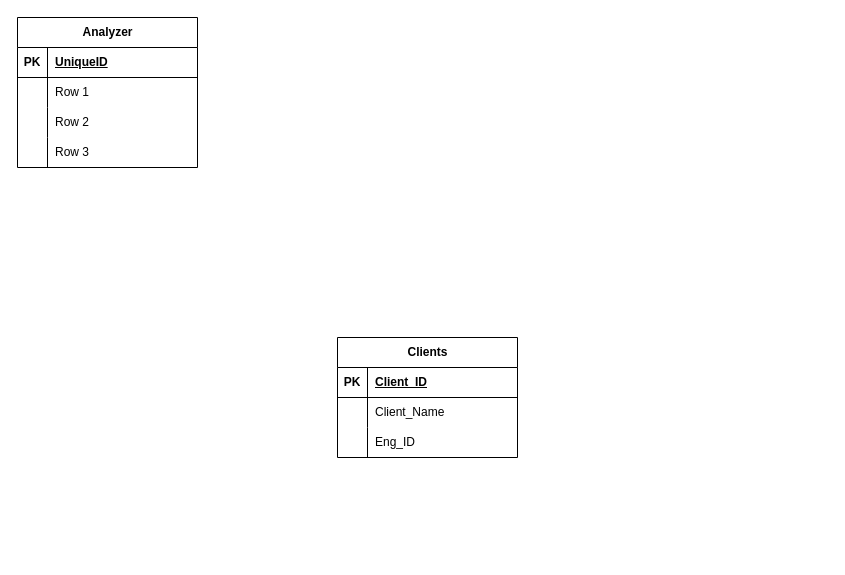
The draw.io diagram Diagrama sin título.drawio in SultanRS/Client-Budget, before the edit. Source tidied: cells renumbered, new cells numbered last; positions are measured from the earlier drawing's top-left corner, leaving out a move shared by most shapes. Both pictures are drawn from the tidied source at 100%, with x=0, y=0 at pixel (17, 17).
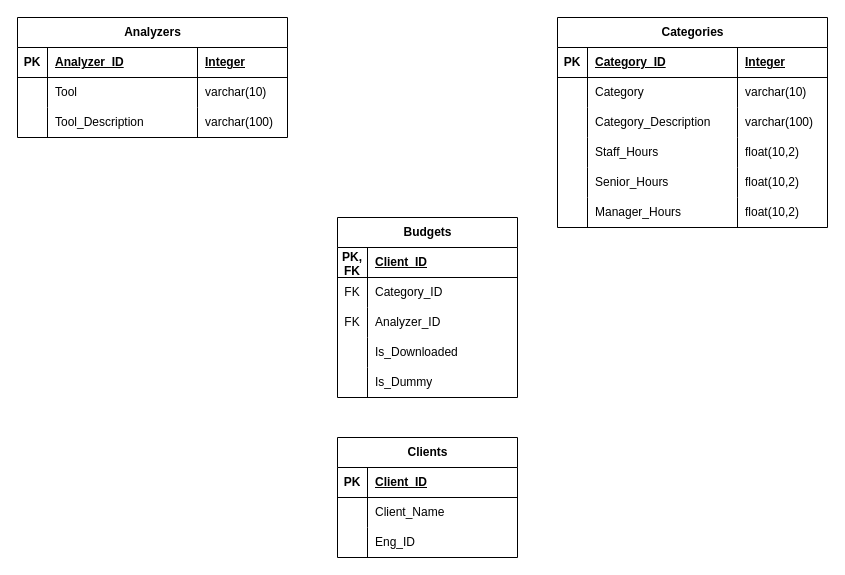
After the change.

Diff of the diagram source:
```diff
@@
     <mxCell id="2" value="Clients" style="shape=table;startSize=30;childLayout=tableLayout;rowLines=0;fontStyle=1;align=center;html=1;" parent="1" vertex="1">
-      <mxGeometry x="320" y="320" width="180" height="120" as="geometry" />
+      <mxGeometry x="320" y="420" width="180" height="120" as="geometry" />
     </mxCell>
@@
-    <mxCell id="12" value="Analyzer" style="shape=table;startSize=30;childLayout=tableLayout;rowLines=0;fontStyle=1;align=center;html=1;" parent="1" vertex="1">
-      <mxGeometry width="180" height="150" as="geometry" />
+    <mxCell id="12" value="Analyzers" style="shape=table;startSize=30;childLayout=tableLayout;rowLines=0;fontStyle=1;align=center;html=1;" parent="1" vertex="1">
+      <mxGeometry width="270" height="120" as="geometry" />
     </mxCell>
     <mxCell id="13" style="shape=tableRow;horizontal=0;startSize=0;swimlaneHead=0;swimlaneBody=0;fillColor=none;top=0;left=0;right=0;bottom=1;" parent="12" vertex="1">
-      <mxGeometry y="30" width="180" height="30" as="geometry" />
+      <mxGeometry y="30" width="270" height="30" as="geometry" />
     </mxCell>
@@
-    <mxCell id="15" value="UniqueID" style="shape=partialRectangle;fillColor=none;top=0;left=0;bottom=0;right=0;align=left;spacingLeft=6;fontStyle=5;overflow=hidden;whiteSpace=wrap;html=1;" parent="13" vertex="1">
+    <mxCell id="15" value="Analyzer_ID" style="shape=partialRectangle;fillColor=none;top=0;left=0;bottom=0;right=0;align=left;spacingLeft=6;fontStyle=5;overflow=hidden;whiteSpace=wrap;html=1;" parent="13" vertex="1">
       <mxGeometry x="30" width="150" height="30" as="geometry" />
     </mxCell>
+    <mxCell id="25" value="Integer" style="shape=partialRectangle;fillColor=none;top=0;left=0;bottom=0;right=0;align=left;spacingLeft=6;fontStyle=5;overflow=hidden;whiteSpace=wrap;html=1;" parent="13" vertex="1">
+      <mxGeometry x="180" width="90" height="30" as="geometry" />
+    </mxCell>
     <mxCell id="16" style="shape=tableRow;horizontal=0;startSize=0;swimlaneHead=0;swimlaneBody=0;fillColor=none;top=0;left=0;right=0;bottom=0;" parent="12" vertex="1">
-      <mxGeometry y="60" width="180" height="30" as="geometry" />
+      <mxGeometry y="60" width="270" height="30" as="geometry" />
     </mxCell>
@@
-    <mxCell id="18" value="Row 1" style="shape=partialRectangle;fillColor=none;top=0;left=0;bottom=0;right=0;align=left;spacingLeft=6;overflow=hidden;whiteSpace=wrap;html=1;" parent="16" vertex="1">
+    <mxCell id="18" value="Tool" style="shape=partialRectangle;fillColor=none;top=0;left=0;bottom=0;right=0;align=left;spacingLeft=6;overflow=hidden;whiteSpace=wrap;html=1;" parent="16" vertex="1">
       <mxGeometry x="30" width="150" height="30" as="geometry" />
     </mxCell>
+    <mxCell id="26" value="varchar(10)" style="shape=partialRectangle;fillColor=none;top=0;left=0;bottom=0;right=0;align=left;spacingLeft=6;overflow=hidden;whiteSpace=wrap;html=1;" parent="16" vertex="1">
+      <mxGeometry x="180" width="90" height="30" as="geometry" />
+    </mxCell>
+    <mxCell id="27" style="shape=tableRow;horizontal=0;startSize=0;swimlaneHead=0;swimlaneBody=0;fillColor=none;top=0;left=0;right=0;bottom=0;" parent="12" vertex="1">
+      <mxGeometry y="90" width="270" height="30" as="geometry" />
+    </mxCell>
+    <mxCell id="28" style="shape=partialRectangle;fillColor=none;top=0;left=0;bottom=0;right=0;overflow=hidden;whiteSpace=wrap;html=1;" parent="27" vertex="1">
+      <mxGeometry width="30" height="30" as="geometry" />
+    </mxCell>
+    <mxCell id="29" value="Tool_Description" style="shape=partialRectangle;fillColor=none;top=0;left=0;bottom=0;right=0;align=left;spacingLeft=6;overflow=hidden;whiteSpace=wrap;html=1;" parent="27" vertex="1">
+      <mxGeometry x="30" width="150" height="30" as="geometry" />
+    </mxCell>
+    <mxCell id="30" value="varchar(100)" style="shape=partialRectangle;fillColor=none;top=0;left=0;bottom=0;right=0;align=left;spacingLeft=6;overflow=hidden;whiteSpace=wrap;html=1;" parent="27" vertex="1">
+      <mxGeometry x="180" width="90" height="30" as="geometry" />
+    </mxCell>
+    <mxCell id="31" value="Categories" style="shape=table;startSize=30;childLayout=tableLayout;rowLines=0;fontStyle=1;align=center;html=1;" parent="1" vertex="1">
+      <mxGeometry x="540" width="270" height="210" as="geometry" />
+    </mxCell>
+    <mxCell id="32" style="shape=tableRow;horizontal=0;startSize=0;swimlaneHead=0;swimlaneBody=0;fillColor=none;top=0;left=0;right=0;bottom=1;" parent="31" vertex="1">
+      <mxGeometry y="30" width="270" height="30" as="geometry" />
+    </mxCell>
+    <mxCell id="33" value="PK" style="shape=partialRectangle;fillColor=none;top=0;left=0;bottom=0;right=0;fontStyle=1;overflow=hidden;whiteSpace=wrap;html=1;" parent="32" vertex="1">
+      <mxGeometry width="30" height="30" as="geometry" />
+    </mxCell>
+    <mxCell id="34" value="Category_ID" style="shape=partialRectangle;fillColor=none;top=0;left=0;bottom=0;right=0;align=left;spacingLeft=6;fontStyle=5;overflow=hidden;whiteSpace=wrap;html=1;" parent="32" vertex="1">
+      <mxGeometry x="30" width="150" height="30" as="geometry" />
+    </mxCell>
+    <mxCell id="35" value="Integer" style="shape=partialRectangle;fillColor=none;top=0;left=0;bottom=0;right=0;align=left;spacingLeft=6;fontStyle=5;overflow=hidden;whiteSpace=wrap;html=1;" parent="32" vertex="1">
+      <mxGeometry x="180" width="90" height="30" as="geometry" />
+    </mxCell>
+    <mxCell id="36" style="shape=tableRow;horizontal=0;startSize=0;swimlaneHead=0;swimlaneBody=0;fillColor=none;top=0;left=0;right=0;bottom=0;" parent="31" vertex="1">
+      <mxGeometry y="60" width="270" height="30" as="geometry" />
+    </mxCell>
+    <mxCell id="37" style="shape=partialRectangle;fillColor=none;top=0;left=0;bottom=0;right=0;overflow=hidden;whiteSpace=wrap;html=1;" parent="36" vertex="1">
+      <mxGeometry width="30" height="30" as="geometry" />
+    </mxCell>
+    <mxCell id="38" value="Category" style="shape=partialRectangle;fillColor=none;top=0;left=0;bottom=0;right=0;align=left;spacingLeft=6;overflow=hidden;whiteSpace=wrap;html=1;" parent="36" vertex="1">
+      <mxGeometry x="30" width="150" height="30" as="geometry" />
+    </mxCell>
+    <mxCell id="39" value="varchar(10)" style="shape=partialRectangle;fillColor=none;top=0;left=0;bottom=0;right=0;align=left;spacingLeft=6;overflow=hidden;whiteSpace=wrap;html=1;" parent="36" vertex="1">
+      <mxGeometry x="180" width="90" height="30" as="geometry" />
+    </mxCell>
+    <mxCell id="40" style="shape=tableRow;horizontal=0;startSize=0;swimlaneHead=0;swimlaneBody=0;fillColor=none;top=0;left=0;right=0;bottom=0;" parent="31" vertex="1">
+      <mxGeometry y="90" width="270" height="30" as="geometry" />
+    </mxCell>
+    <mxCell id="41" style="shape=partialRectangle;fillColor=none;top=0;left=0;bottom=0;right=0;overflow=hidden;whiteSpace=wrap;html=1;" parent="40" vertex="1">
+      <mxGeometry width="30" height="30" as="geometry" />
+    </mxCell>
+    <mxCell id="42" value="Category_Description" style="shape=partialRectangle;fillColor=none;top=0;left=0;bottom=0;right=0;align=left;spacingLeft=6;overflow=hidden;whiteSpace=wrap;html=1;" parent="40" vertex="1">
+      <mxGeometry x="30" width="150" height="30" as="geometry" />
+    </mxCell>
+    <mxCell id="43" value="varchar(100)" style="shape=partialRectangle;fillColor=none;top=0;left=0;bottom=0;right=0;align=left;spacingLeft=6;overflow=hidden;whiteSpace=wrap;html=1;" parent="40" vertex="1">
+      <mxGeometry x="180" width="90" height="30" as="geometry" />
+    </mxCell>
+    <mxCell id="44" style="shape=tableRow;horizontal=0;startSize=0;swimlaneHead=0;swimlaneBody=0;fillColor=none;top=0;left=0;right=0;bottom=0;" parent="31" vertex="1">
+      <mxGeometry y="120" width="270" height="30" as="geometry" />
+    </mxCell>
+    <mxCell id="45" style="shape=partialRectangle;fillColor=none;top=0;left=0;bottom=0;right=0;overflow=hidden;whiteSpace=wrap;html=1;" parent="44" vertex="1">
+      <mxGeometry width="30" height="30" as="geometry" />
+    </mxCell>
+    <mxCell id="46" value="Staff_Hours" style="shape=partialRectangle;fillColor=none;top=0;left=0;bottom=0;right=0;align=left;spacingLeft=6;overflow=hidden;whiteSpace=wrap;html=1;" parent="44" vertex="1">
+      <mxGeometry x="30" width="150" height="30" as="geometry" />
+    </mxCell>
+    <mxCell id="47" value="float(10,2)" style="shape=partialRectangle;fillColor=none;top=0;left=0;bottom=0;right=0;align=left;spacingLeft=6;overflow=hidden;whiteSpace=wrap;html=1;" parent="44" vertex="1">
+      <mxGeometry x="180" width="90" height="30" as="geometry" />
+    </mxCell>
+    <mxCell id="48" style="shape=tableRow;horizontal=0;startSize=0;swimlaneHead=0;swimlaneBody=0;fillColor=none;top=0;left=0;right=0;bottom=0;" parent="31" vertex="1">
+      <mxGeometry y="150" width="270" height="30" as="geometry" />
+    </mxCell>
+    <mxCell id="49" style="shape=partialRectangle;fillColor=none;top=0;left=0;bottom=0;right=0;overflow=hidden;whiteSpace=wrap;html=1;" parent="48" vertex="1">
+      <mxGeometry width="30" height="30" as="geometry" />
+    </mxCell>
+    <mxCell id="50" value="Senior_Hours" style="shape=partialRectangle;fillColor=none;top=0;left=0;bottom=0;right=0;align=left;spacingLeft=6;overflow=hidden;whiteSpace=wrap;html=1;" parent="48" vertex="1">
+      <mxGeometry x="30" width="150" height="30" as="geometry" />
+    </mxCell>
+    <mxCell id="51" value="float(10,2)" style="shape=partialRectangle;fillColor=none;top=0;left=0;bottom=0;right=0;align=left;spacingLeft=6;overflow=hidden;whiteSpace=wrap;html=1;" parent="48" vertex="1">
+      <mxGeometry x="180" width="90" height="30" as="geometry" />
+    </mxCell>
+    <mxCell id="52" style="shape=tableRow;horizontal=0;startSize=0;swimlaneHead=0;swimlaneBody=0;fillColor=none;top=0;left=0;right=0;bottom=0;" parent="31" vertex="1">
+      <mxGeometry y="180" width="270" height="30" as="geometry" />
+    </mxCell>
+    <mxCell id="53" style="shape=partialRectangle;fillColor=none;top=0;left=0;bottom=0;right=0;overflow=hidden;whiteSpace=wrap;html=1;" parent="52" vertex="1">
+      <mxGeometry width="30" height="30" as="geometry" />
+    </mxCell>
+    <mxCell id="54" value="Manager_Hours" style="shape=partialRectangle;fillColor=none;top=0;left=0;bottom=0;right=0;align=left;spacingLeft=6;overflow=hidden;whiteSpace=wrap;html=1;" parent="52" vertex="1">
+      <mxGeometry x="30" width="150" height="30" as="geometry" />
+    </mxCell>
+    <mxCell id="55" value="float(10&lt;span style=&quot;background-color: initial;&quot;&gt;,2)&lt;/span&gt;" style="shape=partialRectangle;fillColor=none;top=0;left=0;bottom=0;right=0;align=left;spacingLeft=6;overflow=hidden;whiteSpace=wrap;html=1;" parent="52" vertex="1">
+      <mxGeometry x="180" width="90" height="30" as="geometry" />
+    </mxCell>
+    <mxCell id="56" value="Budgets" style="shape=table;startSize=30;childLayout=tableLayout;rowLines=0;fontStyle=1;align=center;html=1;" parent="1" vertex="1">
+      <mxGeometry x="320" y="200" width="180" height="180" as="geometry" />
+    </mxCell>
+    <mxCell id="57" style="shape=tableRow;horizontal=0;startSize=0;swimlaneHead=0;swimlaneBody=0;fillColor=none;top=0;left=0;right=0;bottom=1;" parent="56" vertex="1">
+      <mxGeometry y="30" width="180" height="30" as="geometry" />
+    </mxCell>
+    <mxCell id="58" value="PK, FK" style="shape=partialRectangle;fillColor=none;top=0;left=0;bottom=0;right=0;fontStyle=1;overflow=hidden;whiteSpace=wrap;html=1;" parent="57" vertex="1">
+      <mxGeometry width="30" height="30" as="geometry" />
+    </mxCell>
+    <mxCell id="59" value="Client_ID" style="shape=partialRectangle;fillColor=none;top=0;left=0;bottom=0;right=0;align=left;spacingLeft=6;fontStyle=5;overflow=hidden;whiteSpace=wrap;html=1;" parent="57" vertex="1">
+      <mxGeometry x="30" width="150" height="30" as="geometry" />
+    </mxCell>
+    <mxCell id="60" style="shape=tableRow;horizontal=0;startSize=0;swimlaneHead=0;swimlaneBody=0;fillColor=none;top=0;left=0;right=0;bottom=0;" parent="56" vertex="1">
+      <mxGeometry y="60" width="180" height="30" as="geometry" />
+    </mxCell>
+    <mxCell id="61" value="FK" style="shape=partialRectangle;fillColor=none;top=0;left=0;bottom=0;right=0;overflow=hidden;whiteSpace=wrap;html=1;" parent="60" vertex="1">
+      <mxGeometry width="30" height="30" as="geometry" />
+    </mxCell>
+    <mxCell id="62" value="Category_ID" style="shape=partialRectangle;fillColor=none;top=0;left=0;bottom=0;right=0;align=left;spacingLeft=6;overflow=hidden;whiteSpace=wrap;html=1;" parent="60" vertex="1">
+      <mxGeometry x="30" width="150" height="30" as="geometry" />
+    </mxCell>
-    <mxCell id="19" style="shape=tableRow;horizontal=0;startSize=0;swimlaneHead=0;swimlaneBody=0;fillColor=none;top=0;left=0;right=0;bottom=0;" parent="12" vertex="1">
+    <mxCell id="19" style="shape=tableRow;horizontal=0;startSize=0;swimlaneHead=0;swimlaneBody=0;fillColor=none;top=0;left=0;right=0;bottom=0;" parent="56" vertex="1">
       <mxGeometry y="90" width="180" height="30" as="geometry" />
     </mxCell>
-    <mxCell id="20" style="shape=partialRectangle;fillColor=none;top=0;left=0;bottom=0;right=0;overflow=hidden;whiteSpace=wrap;html=1;" parent="19" vertex="1">
-      <mxGeometry width="30" height="30" as="geometry" />
-    </mxCell>
-    <mxCell id="21" value="Row 2" style="shape=partialRectangle;fillColor=none;top=0;left=0;bottom=0;right=0;align=left;spacingLeft=6;overflow=hidden;whiteSpace=wrap;html=1;" parent="19" vertex="1">
-      <mxGeometry x="30" width="150" height="30" as="geometry" />
-    </mxCell>
+    <mxCell id="63" value="FK" style="shape=partialRectangle;fillColor=none;top=0;left=0;bottom=0;right=0;overflow=hidden;whiteSpace=wrap;html=1;" parent="19" vertex="1">
+      <mxGeometry width="30" height="30" as="geometry" />
+    </mxCell>
+    <mxCell id="64" value="Analyzer_ID" style="shape=partialRectangle;fillColor=none;top=0;left=0;bottom=0;right=0;align=left;spacingLeft=6;overflow=hidden;whiteSpace=wrap;html=1;" parent="19" vertex="1">
+      <mxGeometry x="30" width="150" height="30" as="geometry" />
+    </mxCell>
-    <mxCell id="22" style="shape=tableRow;horizontal=0;startSize=0;swimlaneHead=0;swimlaneBody=0;fillColor=none;top=0;left=0;right=0;bottom=0;" parent="12" vertex="1">
+    <mxCell id="22" style="shape=tableRow;horizontal=0;startSize=0;swimlaneHead=0;swimlaneBody=0;fillColor=none;top=0;left=0;right=0;bottom=0;" parent="56" vertex="1">
       <mxGeometry y="120" width="180" height="30" as="geometry" />
     </mxCell>
-    <mxCell id="23" style="shape=partialRectangle;fillColor=none;top=0;left=0;bottom=0;right=0;overflow=hidden;whiteSpace=wrap;html=1;" parent="22" vertex="1">
-      <mxGeometry width="30" height="30" as="geometry" />
-    </mxCell>
-    <mxCell id="24" value="Row 3" style="shape=partialRectangle;fillColor=none;top=0;left=0;bottom=0;right=0;align=left;spacingLeft=6;overflow=hidden;whiteSpace=wrap;html=1;" parent="22" vertex="1">
-      <mxGeometry x="30" width="150" height="30" as="geometry" />
-    </mxCell>
+    <mxCell id="65" style="shape=partialRectangle;fillColor=none;top=0;left=0;bottom=0;right=0;overflow=hidden;whiteSpace=wrap;html=1;" parent="22" vertex="1">
+      <mxGeometry width="30" height="30" as="geometry" />
+    </mxCell>
+    <mxCell id="66" value="Is_Downloaded" style="shape=partialRectangle;fillColor=none;top=0;left=0;bottom=0;right=0;align=left;spacingLeft=6;overflow=hidden;whiteSpace=wrap;html=1;" parent="22" vertex="1">
+      <mxGeometry x="30" width="150" height="30" as="geometry" />
+    </mxCell>
+    <mxCell id="67" style="shape=tableRow;horizontal=0;startSize=0;swimlaneHead=0;swimlaneBody=0;fillColor=none;top=0;left=0;right=0;bottom=0;" parent="56" vertex="1">
+      <mxGeometry y="150" width="180" height="30" as="geometry" />
+    </mxCell>
+    <mxCell id="68" style="shape=partialRectangle;fillColor=none;top=0;left=0;bottom=0;right=0;overflow=hidden;whiteSpace=wrap;html=1;" parent="67" vertex="1">
+      <mxGeometry width="30" height="30" as="geometry" />
+    </mxCell>
+    <mxCell id="69" value="Is_Dummy" style="shape=partialRectangle;fillColor=none;top=0;left=0;bottom=0;right=0;align=left;spacingLeft=6;overflow=hidden;whiteSpace=wrap;html=1;" parent="67" vertex="1">
+      <mxGeometry x="30" width="150" height="30" as="geometry" />
+    </mxCell>
```
